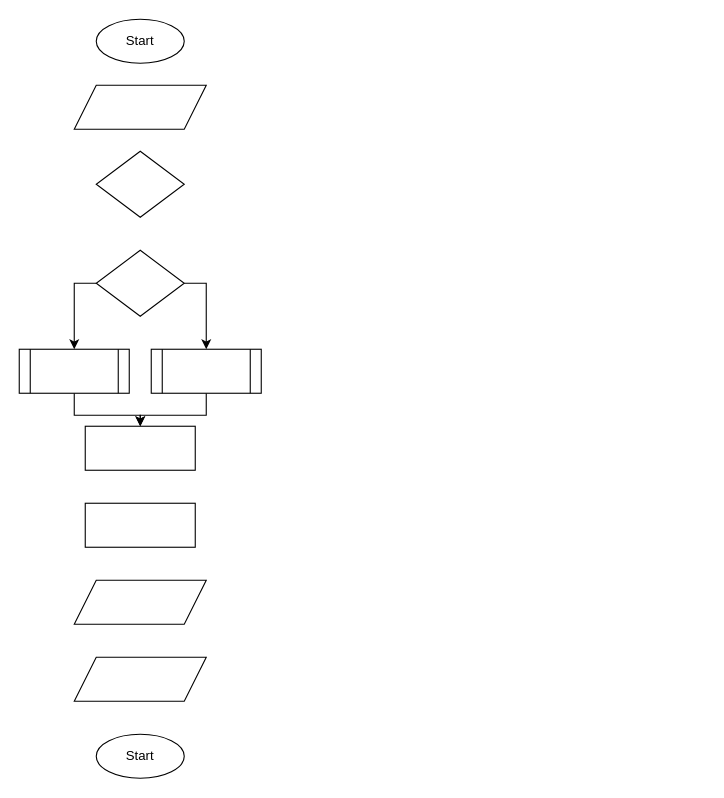
The draw.io diagram page "Luas dan Keliling Lingkaran" (1 of 2) of 5-Flowchart.drawio in mfdrfauzi/fwg17-computer-science, before the edit. Source tidied: cells renumbered, new cells numbered last; positions are measured from the earlier drawing's top-left corner, leaving out a move shared by most shapes. Both pictures are drawn from the tidied source at 110%, with x=0, y=0 at pixel (19, 19).
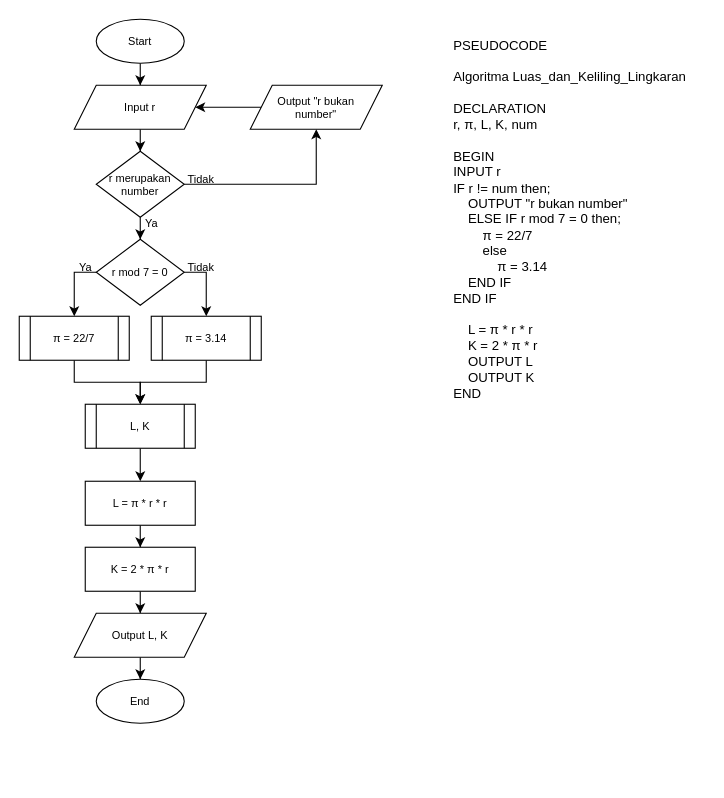
The same page after the edit.

The edit, as a diff of the source:
```diff
@@
+    <mxCell id="17" style="edgeStyle=orthogonalEdgeStyle;rounded=0;jettySize=auto;html=1;entryX=0.5;entryY=0;entryDx=0;entryDy=0;fontSize=10;" parent="1" edge="1" source="2" target="9">
+      <mxGeometry relative="1" as="geometry" />
+    </mxCell>
-    <mxCell id="2" value="Start" style="ellipse;whiteSpace=wrap;html=1;" parent="1" vertex="1">
+    <mxCell id="2" value="Start" style="ellipse;whiteSpace=wrap;html=1;fontSize=10;" parent="1" vertex="1">
       <mxGeometry x="70" width="80" height="40" as="geometry" />
     </mxCell>
+    <mxCell id="18" style="edgeStyle=orthogonalEdgeStyle;rounded=0;jettySize=auto;html=1;entryX=0.5;entryY=0;entryDx=0;entryDy=0;fontSize=10;" parent="1" edge="1" source="3" target="12">
+      <mxGeometry relative="1" as="geometry" />
+    </mxCell>
+    <mxCell id="19" style="edgeStyle=orthogonalEdgeStyle;rounded=0;jettySize=auto;html=1;entryX=0.5;entryY=1;entryDx=0;entryDy=0;" parent="1" edge="1" source="3" target="31">
+      <mxGeometry relative="1" as="geometry" />
+    </mxCell>
-    <mxCell id="3" style="rhombus;whiteSpace=wrap;html=1;" parent="1" vertex="1">
+    <mxCell id="3" value="r merupakan number" style="rhombus;whiteSpace=wrap;html=1;fontSize=10;" parent="1" vertex="1">
       <mxGeometry x="70" y="120" width="80" height="60" as="geometry" />
     </mxCell>
-    <mxCell id="4" style="edgeStyle=orthogonalEdgeStyle;rounded=0;jettySize=auto;html=1;entryX=0.5;entryY=0;entryDx=0;entryDy=0;" parent="1" edge="1" source="5" target="6">
-      <mxGeometry relative="1" as="geometry" />
-    </mxCell>
+    <mxCell id="20" style="edgeStyle=orthogonalEdgeStyle;rounded=0;jettySize=auto;html=1;entryX=0.5;entryY=0;entryDx=0;entryDy=0;fontSize=10;" parent="1" edge="1" source="5" target="27">
+      <mxGeometry relative="1" as="geometry" />
+    </mxCell>
-    <mxCell id="5" style="shape=process;whiteSpace=wrap;html=1;backgroundOutline=1;" parent="1" vertex="1">
-      <mxGeometry y="300" width="100" height="40" as="geometry" />
+    <mxCell id="5" value="π = 22/7" style="shape=process;whiteSpace=wrap;html=1;backgroundOutline=1;fontSize=10;" parent="1" vertex="1">
+      <mxGeometry y="270" width="100" height="40" as="geometry" />
     </mxCell>
+    <mxCell id="21" style="edgeStyle=orthogonalEdgeStyle;rounded=0;jettySize=auto;html=1;entryX=0.5;entryY=0;entryDx=0;entryDy=0;fontSize=10;" parent="1" edge="1" source="6" target="7">
+      <mxGeometry relative="1" as="geometry" />
+    </mxCell>
-    <mxCell id="6" style="rounded=0;whiteSpace=wrap;html=1;" parent="1" vertex="1">
-      <mxGeometry x="60" y="370" width="100" height="40" as="geometry" />
+    <mxCell id="6" value="L =&amp;nbsp;π * r * r" style="rounded=0;whiteSpace=wrap;html=1;fontSize=10;" parent="1" vertex="1">
+      <mxGeometry x="60" y="420" width="100" height="40" as="geometry" />
     </mxCell>
+    <mxCell id="22" style="edgeStyle=orthogonalEdgeStyle;rounded=0;jettySize=auto;html=1;entryX=0.5;entryY=0;entryDx=0;entryDy=0;fontSize=10;" parent="1" edge="1" source="7" target="8">
+      <mxGeometry relative="1" as="geometry" />
+    </mxCell>
-    <mxCell id="7" style="rounded=0;whiteSpace=wrap;html=1;" parent="1" vertex="1">
-      <mxGeometry x="60" y="440" width="100" height="40" as="geometry" />
+    <mxCell id="7" value="K = 2 *&amp;nbsp;π * r" style="rounded=0;whiteSpace=wrap;html=1;fontSize=10;" parent="1" vertex="1">
+      <mxGeometry x="60" y="480" width="100" height="40" as="geometry" />
     </mxCell>
+    <mxCell id="23" style="edgeStyle=orthogonalEdgeStyle;rounded=0;jettySize=auto;html=1;entryX=0.5;entryY=0;entryDx=0;entryDy=0;fontSize=10;" parent="1" edge="1" source="8" target="16">
+      <mxGeometry relative="1" as="geometry" />
+    </mxCell>
-    <mxCell id="8" style="shape=parallelogram;perimeter=parallelogramPerimeter;whiteSpace=wrap;html=1;fixedSize=1;" parent="1" vertex="1">
-      <mxGeometry x="50" y="510" width="120" height="40" as="geometry" />
+    <mxCell id="8" value="Output L, K" style="shape=parallelogram;perimeter=parallelogramPerimeter;whiteSpace=wrap;html=1;fixedSize=1;fontSize=10;" parent="1" vertex="1">
+      <mxGeometry x="50" y="540" width="120" height="40" as="geometry" />
     </mxCell>
+    <mxCell id="24" style="edgeStyle=orthogonalEdgeStyle;rounded=0;jettySize=auto;html=1;entryX=0.5;entryY=0;entryDx=0;entryDy=0;fontSize=10;" parent="1" edge="1" source="9" target="3">
+      <mxGeometry relative="1" as="geometry" />
+    </mxCell>
-    <mxCell id="9" style="shape=parallelogram;perimeter=parallelogramPerimeter;whiteSpace=wrap;html=1;fixedSize=1;" parent="1" vertex="1">
+    <mxCell id="9" value="Input r" style="shape=parallelogram;perimeter=parallelogramPerimeter;whiteSpace=wrap;html=1;fixedSize=1;fontSize=10;" parent="1" vertex="1">
       <mxGeometry x="50" y="60" width="120" height="40" as="geometry" />
     </mxCell>
-    <mxCell id="10" style="edgeStyle=orthogonalEdgeStyle;rounded=0;jettySize=auto;html=1;exitX=1;exitY=0.5;exitDx=0;exitDy=0;entryX=0.5;entryY=0;entryDx=0;entryDy=0;" parent="1" edge="1" source="12" target="14">
+    <mxCell id="10" style="edgeStyle=orthogonalEdgeStyle;rounded=0;jettySize=auto;html=1;exitX=1;exitY=0.5;exitDx=0;exitDy=0;entryX=0.5;entryY=0;entryDx=0;entryDy=0;fontSize=10;" parent="1" edge="1" source="12" target="14">
       <mxGeometry relative="1" as="geometry" />
     </mxCell>
-    <mxCell id="11" style="edgeStyle=orthogonalEdgeStyle;rounded=0;jettySize=auto;html=1;exitX=0;exitY=0.5;exitDx=0;exitDy=0;entryX=0.5;entryY=0;entryDx=0;entryDy=0;" parent="1" edge="1" source="12" target="5">
+    <mxCell id="11" style="edgeStyle=orthogonalEdgeStyle;rounded=0;jettySize=auto;html=1;exitX=0;exitY=0.5;exitDx=0;exitDy=0;entryX=0.5;entryY=0;entryDx=0;entryDy=0;fontSize=10;" parent="1" edge="1" source="12" target="5">
       <mxGeometry relative="1" as="geometry" />
     </mxCell>
-    <mxCell id="12" style="rhombus;whiteSpace=wrap;html=1;" parent="1" vertex="1">
-      <mxGeometry x="70" y="210" width="80" height="60" as="geometry" />
+    <mxCell id="12" value="r mod 7 = 0" style="rhombus;whiteSpace=wrap;html=1;fontSize=10;" parent="1" vertex="1">
+      <mxGeometry x="70" y="200" width="80" height="60" as="geometry" />
     </mxCell>
-    <mxCell id="13" style="edgeStyle=orthogonalEdgeStyle;rounded=0;jettySize=auto;html=1;entryX=0.5;entryY=0;entryDx=0;entryDy=0;" parent="1" edge="1" source="14" target="6">
-      <mxGeometry relative="1" as="geometry" />
-    </mxCell>
+    <mxCell id="25" style="edgeStyle=orthogonalEdgeStyle;rounded=0;jettySize=auto;html=1;entryX=0.5;entryY=0;entryDx=0;entryDy=0;fontSize=10;" parent="1" edge="1" source="14" target="27">
+      <mxGeometry relative="1" as="geometry" />
+    </mxCell>
-    <mxCell id="14" style="shape=process;whiteSpace=wrap;html=1;backgroundOutline=1;" parent="1" vertex="1">
-      <mxGeometry x="120" y="300" width="100" height="40" as="geometry" />
+    <mxCell id="14" value="π = 3.14" style="shape=process;whiteSpace=wrap;html=1;backgroundOutline=1;fontSize=10;" parent="1" vertex="1">
+      <mxGeometry x="120" y="270" width="100" height="40" as="geometry" />
     </mxCell>
-    <mxCell id="15" style="shape=parallelogram;perimeter=parallelogramPerimeter;whiteSpace=wrap;html=1;fixedSize=1;" parent="1" vertex="1">
-      <mxGeometry x="50" y="580" width="120" height="40" as="geometry" />
-    </mxCell>
-    <mxCell id="16" value="Start" style="ellipse;whiteSpace=wrap;html=1;" parent="1" vertex="1">
-      <mxGeometry x="70" y="650" width="80" height="40" as="geometry" />
+    <mxCell id="16" value="End" style="ellipse;whiteSpace=wrap;html=1;fontSize=10;" parent="1" vertex="1">
+      <mxGeometry x="70" y="600" width="80" height="40" as="geometry" />
     </mxCell>
+    <mxCell id="26" style="edgeStyle=orthogonalEdgeStyle;rounded=0;jettySize=auto;html=1;entryX=0.5;entryY=0;entryDx=0;entryDy=0;fontSize=10;" parent="1" edge="1" source="27" target="6">
+      <mxGeometry relative="1" as="geometry" />
+    </mxCell>
+    <mxCell id="27" value="L, K" style="shape=process;whiteSpace=wrap;html=1;backgroundOutline=1;fontSize=10;" parent="1" vertex="1">
+      <mxGeometry x="60" y="350" width="100" height="40" as="geometry" />
+    </mxCell>
+    <mxCell id="28" value="Ya" style="text;html=1;align=center;verticalAlign=middle;strokeColor=none;fillColor=none;fontSize=10;" parent="1" vertex="1">
+      <mxGeometry x="100" y="170" width="40" height="30" as="geometry" />
+    </mxCell>
+    <mxCell id="29" value="Tidak" style="text;html=1;align=center;verticalAlign=middle;strokeColor=none;fillColor=none;fontSize=10;" parent="1" vertex="1">
+      <mxGeometry x="140" y="130" width="50" height="30" as="geometry" />
+    </mxCell>
+    <mxCell id="30" style="edgeStyle=orthogonalEdgeStyle;rounded=0;jettySize=auto;html=1;entryX=1;entryY=0.5;entryDx=0;entryDy=0;" parent="1" edge="1" source="31" target="9">
+      <mxGeometry relative="1" as="geometry" />
+    </mxCell>
+    <mxCell id="31" value="Output &quot;r bukan&lt;br&gt;number&quot;" style="shape=parallelogram;perimeter=parallelogramPerimeter;whiteSpace=wrap;html=1;fixedSize=1;fontSize=10;" parent="1" vertex="1">
+      <mxGeometry x="210" y="60" width="120" height="40" as="geometry" />
+    </mxCell>
+    <mxCell id="32" value="Ya" style="text;html=1;align=center;verticalAlign=middle;strokeColor=none;fillColor=none;fontSize=10;" parent="1" vertex="1">
+      <mxGeometry x="40" y="210" width="40" height="30" as="geometry" />
+    </mxCell>
+    <mxCell id="33" value="Tidak" style="text;html=1;align=center;verticalAlign=middle;strokeColor=none;fillColor=none;fontSize=10;" parent="1" vertex="1">
+      <mxGeometry x="140" y="210" width="50" height="30" as="geometry" />
+    </mxCell>
+    <mxCell id="34" value="PSEUDOCODE&lt;br&gt;&lt;br&gt;&lt;div&gt;Algoritma Luas_dan_Keliling_Lingkaran&lt;/div&gt;&lt;div&gt;&lt;br&gt;&lt;/div&gt;&lt;div&gt;DECLARATION&lt;/div&gt;&lt;div&gt;r, π, L, K, num&lt;/div&gt;&lt;div&gt;&lt;br&gt;&lt;/div&gt;&lt;div&gt;BEGIN&lt;/div&gt;&lt;div&gt;INPUT r&lt;span style=&quot;&quot;&gt;&lt;/span&gt;&lt;/div&gt;&lt;div&gt;IF r != num then;&lt;/div&gt;&lt;div&gt;&lt;span style=&quot;&quot;&gt;&lt;span style=&quot;&quot;&gt;&lt;span style=&quot;white-space: pre;&quot;&gt;&amp;nbsp;&amp;nbsp;&amp;nbsp;&amp;nbsp;&lt;/span&gt;&lt;/span&gt;OUTPUT &quot;r bukan number&quot;&lt;/span&gt;&lt;/div&gt;&lt;div&gt;&lt;span style=&quot;&quot;&gt;&lt;span style=&quot;&quot;&gt;&lt;span style=&quot;white-space: pre;&quot;&gt;&amp;nbsp;&amp;nbsp;&amp;nbsp;&amp;nbsp;&lt;/span&gt;&lt;/span&gt;ELSE IF r mod 7 = 0 then;&lt;/span&gt;&lt;/div&gt;&lt;div&gt;&lt;span style=&quot;&quot;&gt;&lt;span style=&quot;&quot;&gt;&lt;span style=&quot;white-space: pre;&quot;&gt;&amp;nbsp;&amp;nbsp;&amp;nbsp;&amp;nbsp;&lt;/span&gt;&lt;span style=&quot;white-space: pre;&quot;&gt;&amp;nbsp;&amp;nbsp;&amp;nbsp;&amp;nbsp;&lt;/span&gt;&lt;/span&gt;π = 22/7&lt;/span&gt;&lt;/div&gt;&lt;div&gt;&lt;span style=&quot;&quot;&gt;&lt;span style=&quot;&quot;&gt;&lt;span style=&quot;white-space: pre;&quot;&gt;&amp;nbsp;&amp;nbsp;&amp;nbsp;&amp;nbsp;&lt;/span&gt;&lt;span style=&quot;white-space: pre;&quot;&gt;&amp;nbsp;&amp;nbsp;&amp;nbsp;&amp;nbsp;&lt;/span&gt;&lt;/span&gt;else&lt;/span&gt;&lt;/div&gt;&lt;div&gt;&lt;span style=&quot;&quot;&gt;&lt;span style=&quot;&quot;&gt;&lt;span style=&quot;white-space: pre;&quot;&gt;&amp;nbsp;&amp;nbsp;&amp;nbsp;&amp;nbsp;&lt;/span&gt;&lt;span style=&quot;white-space: pre;&quot;&gt;&amp;nbsp;&amp;nbsp;&amp;nbsp;&amp;nbsp;&lt;/span&gt;&lt;span style=&quot;white-space: pre;&quot;&gt;&amp;nbsp;&amp;nbsp;&amp;nbsp;&amp;nbsp;&lt;/span&gt;&lt;/span&gt;π = 3.14&lt;/span&gt;&lt;/div&gt;&lt;div&gt;&lt;span style=&quot;&quot;&gt;&lt;span style=&quot;&quot;&gt;&lt;span style=&quot;white-space: pre;&quot;&gt;&amp;nbsp;&amp;nbsp;&amp;nbsp;&amp;nbsp;&lt;/span&gt;&lt;/span&gt;END IF&lt;/span&gt;&lt;/div&gt;&lt;div&gt;END IF&lt;/div&gt;&lt;div&gt;&lt;br&gt;&lt;/div&gt;&lt;div&gt;&lt;span style=&quot;&quot;&gt;&lt;span style=&quot;&quot;&gt;&lt;span style=&quot;white-space: pre;&quot;&gt;&amp;nbsp;&amp;nbsp;&amp;nbsp;&amp;nbsp;&lt;/span&gt;&lt;/span&gt;L = π * r * r&lt;/span&gt;&lt;/div&gt;&lt;div&gt;&lt;span style=&quot;&quot;&gt;&lt;span style=&quot;&quot;&gt;&lt;span style=&quot;white-space: pre;&quot;&gt;&amp;nbsp;&amp;nbsp;&amp;nbsp;&amp;nbsp;&lt;/span&gt;&lt;/span&gt;K = 2 * π * r&lt;/span&gt;&lt;/div&gt;&lt;div&gt;&lt;span style=&quot;&quot;&gt;&lt;span style=&quot;&quot;&gt;&lt;span style=&quot;white-space: pre;&quot;&gt;&amp;nbsp;&amp;nbsp;&amp;nbsp;&amp;nbsp;&lt;/span&gt;&lt;/span&gt;OUTPUT L&lt;/span&gt;&lt;/div&gt;&lt;div&gt;&lt;span style=&quot;&quot;&gt;&lt;span style=&quot;&quot;&gt;&lt;span style=&quot;white-space: pre;&quot;&gt;&amp;nbsp;&amp;nbsp;&amp;nbsp;&amp;nbsp;&lt;/span&gt;&lt;/span&gt;OUTPUT K&lt;/span&gt;&lt;/div&gt;&lt;div&gt;END&lt;/div&gt;" style="text;html=1;align=left;verticalAlign=top;strokeColor=none;fillColor=none;" parent="1" vertex="1">
+      <mxGeometry x="393" y="10" width="230" height="340" as="geometry" />
+    </mxCell>
```
